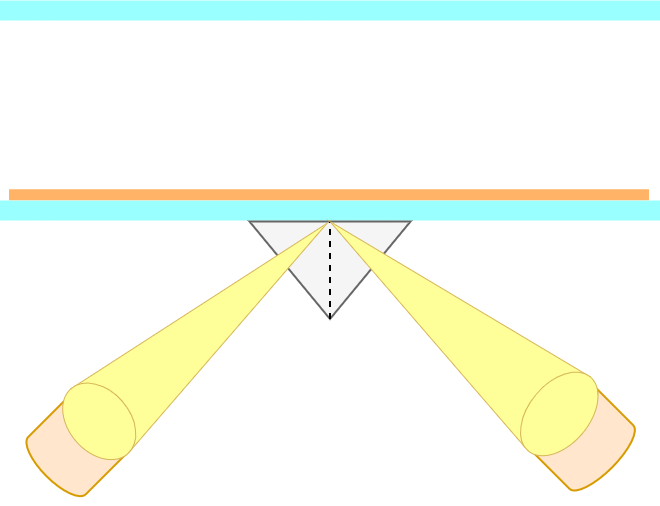
virtual-labs/exp-protein-ligand-spr-iitkgp keeps this draw.io diagram as experiment/simulation/images/setup.png. Above is the earlier version. Source tidied: cells renumbered, new cells last; positions are measured from the earlier drawing's top-left corner, leaving out a move shared by most shapes.
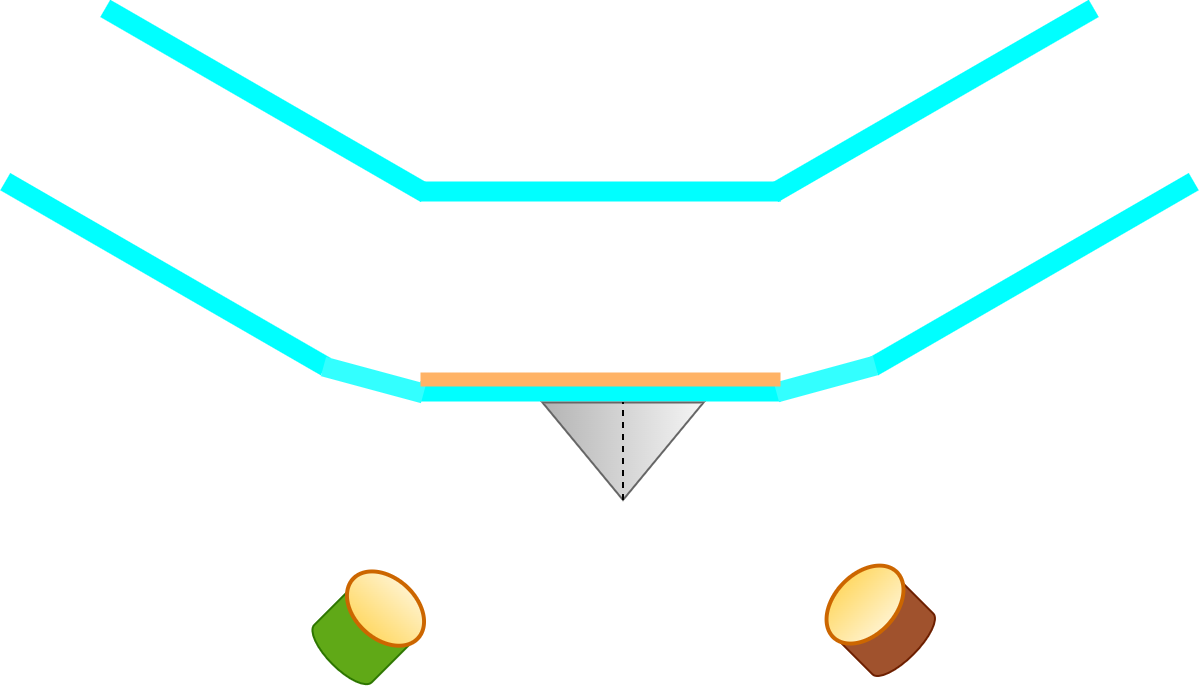
The same file after the commit.

The edit, as a diff of the source:
```diff
@@ -2,31 +2,55 @@
   <root>
     <mxCell id="0" />
     <mxCell id="1" parent="0" />
-    <mxCell id="2" style="shape=partialRectangle;whiteSpace=wrap;html=1;left=0;right=0;fillColor=none;strokeWidth=20;strokeColor=#99FFFF;" parent="1" vertex="1">
-      <mxGeometry x="0.5" width="640" height="200" as="geometry" />
+    <mxCell id="2" style="shape=partialRectangle;whiteSpace=wrap;html=1;left=0;right=0;fillColor=none;strokeWidth=20;strokeColor=#00FFFF;" parent="1" vertex="1">
+      <mxGeometry x="128" width="340" height="200" as="geometry" />
     </mxCell>
-    <mxCell id="3" style="triangle;whiteSpace=wrap;html=1;rotation=90;direction=east;strokeWidth=2;fillColor=#f5f5f5;fontColor=#333333;strokeColor=#666666;shadow=0;rounded=0;" parent="1" vertex="1">
+    <mxCell id="3" style="triangle;whiteSpace=wrap;html=1;rotation=90;direction=east;strokeWidth=2;fillColor=#f5f5f5;strokeColor=#666666;shadow=0;rounded=0;gradientColor=#B3B3B3;" parent="1" vertex="1">
       <mxGeometry x="271.8" y="179.2" width="97.5" height="161" as="geometry" />
     </mxCell>
-    <mxCell id="4" style="shape=cylinder3;whiteSpace=wrap;html=1;boundedLbl=1;backgroundOutline=1;size=15;rotation=45;strokeWidth=2;fillColor=#ffe6cc;strokeColor=#d79b00;" parent="1" vertex="1">
-      <mxGeometry x="26.8" y="392" width="81.2" height="86.3" as="geometry" />
+    <mxCell id="4" style="shape=cylinder3;whiteSpace=wrap;html=1;boundedLbl=1;backgroundOutline=1;size=15;rotation=45;strokeWidth=2;fillColor=#60a917;strokeColor=#2D7600;fontColor=#ffffff;" parent="1" vertex="1">
+      <mxGeometry x="19.8" y="399" width="81.2" height="86.3" as="geometry" />
     </mxCell>
-    <mxCell id="5" style="shape=cylinder3;whiteSpace=wrap;html=1;boundedLbl=1;backgroundOutline=1;size=15;rotation=-45;strokeWidth=2;fillColor=#ffe6cc;strokeColor=#d79b00;" parent="1" vertex="1">
-      <mxGeometry x="528" y="386" width="90" height="83.3" as="geometry" />
+    <mxCell id="5" style="shape=cylinder3;whiteSpace=wrap;html=1;boundedLbl=1;backgroundOutline=1;size=15;rotation=-45;strokeWidth=2;fillColor=#a0522d;strokeColor=#6D1F00;fontColor=#ffffff;" parent="1" vertex="1">
+      <mxGeometry x="536" y="386.1" width="86" height="90" as="geometry" />
     </mxCell>
     <mxCell id="6" style="endArrow=none;html=1;rounded=0;entryX=0;entryY=0.5;entryDx=0;entryDy=0;exitX=1;exitY=0.5;exitDx=0;exitDy=0;strokeWidth=2;dashed=1;" parent="1" edge="1" source="3" target="3">
       <mxGeometry relative="1" as="geometry" />
     </mxCell>
-    <mxCell id="7" style="verticalLabelPosition=bottom;verticalAlign=top;html=1;shape=mxgraph.basic.cone;rotation=49;fillColor=#FFFF99;strokeColor=#d6b656;" parent="1" vertex="1">
-      <mxGeometry x="148.9" y="155.7" width="86.3" height="332.4" as="geometry" />
+    <mxCell id="7" style="verticalLabelPosition=bottom;verticalAlign=top;html=1;shape=mxgraph.basic.cone;rotation=49;fillColor=none;strokeColor=none;strokeWidth=3;" parent="1" vertex="1">
+      <mxGeometry x="142.9" y="161.7" width="86.3" height="332.4" as="geometry" />
     </mxCell>
-    <mxCell id="8" style="verticalLabelPosition=bottom;verticalAlign=top;html=1;shape=mxgraph.basic.cone;rotation=-50;fillColor=#FFFF99;strokeColor=#d6b656;" parent="1" vertex="1">
-      <mxGeometry x="398.5" y="152.3" width="96.6" height="329.4" as="geometry" />
+    <mxCell id="8" style="verticalLabelPosition=bottom;verticalAlign=top;html=1;shape=mxgraph.basic.cone;rotation=-50;fillColor=none;strokeColor=none;strokeWidth=3;" parent="1" vertex="1">
+      <mxGeometry x="412.7" y="160" width="86.3" height="332.4" as="geometry" />
     </mxCell>
+    <mxCell id="10" style="ellipse;whiteSpace=wrap;html=1;rotation=42;fillColor=#fff2cc;strokeColor=#CC6600;gradientColor=#ffd966;strokeWidth=4;" parent="1" vertex="1">
+      <mxGeometry x="39" y="386.6" width="88" height="60.9" as="geometry" />
+    </mxCell>
+    <mxCell id="11" style="ellipse;whiteSpace=wrap;html=1;rotation=-226;fillColor=#fff2cc;strokeColor=#CC6600;gradientColor=#ffd966;strokeWidth=4;" parent="1" vertex="1">
+      <mxGeometry x="517" y="382.6" width="91" height="60.9" as="geometry" />
+    </mxCell>
+    <mxCell id="12" style="shape=partialRectangle;whiteSpace=wrap;html=1;left=0;right=0;fillColor=none;strokeWidth=20;strokeColor=#00FFFF;rotation=30;" parent="1" vertex="1">
+      <mxGeometry x="-262" y="-104" width="350" height="200" as="geometry" />
+    </mxCell>
+    <mxCell id="13" style="shape=partialRectangle;whiteSpace=wrap;html=1;left=0;right=0;fillColor=none;strokeWidth=20;strokeColor=#00FFFF;rotation=-210;" parent="1" vertex="1">
+      <mxGeometry x="506" y="-104" width="350" height="200" as="geometry" />
+    </mxCell>
+    <mxCell id="14" style="endArrow=none;html=1;rounded=0;strokeWidth=20;strokeColor=#33FFFF;entryX=0;entryY=1;entryDx=0;entryDy=0;" parent="1" edge="1">
+      <mxGeometry relative="1" as="geometry">
+        <mxPoint x="21" y="175" as="sourcePoint" />
+        <mxPoint x="121" y="202" as="targetPoint" />
+      </mxGeometry>
+    </mxCell>
+    <mxCell id="15" style="endArrow=none;html=1;rounded=0;strokeWidth=20;strokeColor=#33FFFF;" parent="1" edge="1">
+      <mxGeometry relative="1" as="geometry">
+        <mxPoint x="474" y="201" as="sourcePoint" />
+        <mxPoint x="573" y="174" as="targetPoint" />
+      </mxGeometry>
+    </mxCell>
-    <mxCell id="9" style="endArrow=none;html=1;rounded=0;strokeWidth=11;strokeColor=#FFB366;" parent="1" edge="1">
+    <mxCell id="9" style="endArrow=none;html=1;rounded=0;strokeWidth=14;strokeColor=#FFB366;" parent="1" edge="1">
       <mxGeometry relative="1" as="geometry">
-        <mxPoint x="-0.5" y="184.2" as="sourcePoint" />
-        <mxPoint x="639.5" y="184.2" as="targetPoint" />
+        <mxPoint x="118" y="188" as="sourcePoint" />
+        <mxPoint x="478" y="188" as="targetPoint" />
       </mxGeometry>
     </mxCell>
   </root>
```
